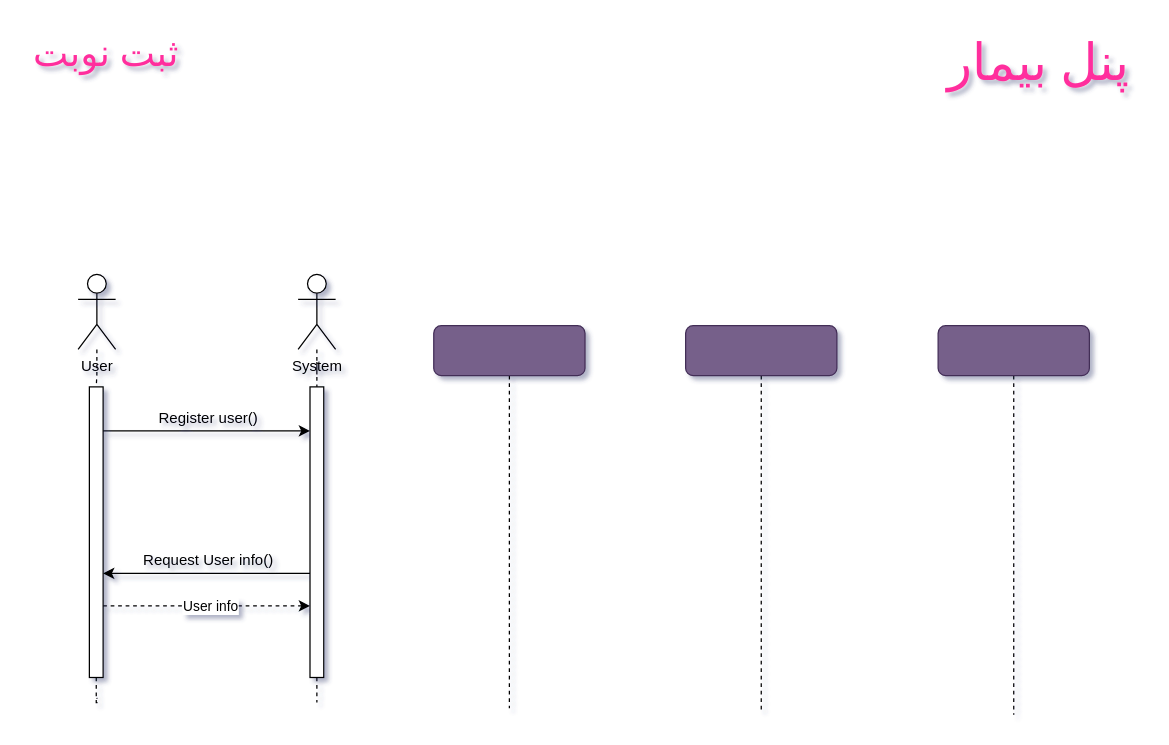
Above: page "ثبت نوبت" (9 of 20) of Sequence Diagram/SequenceDiagram.drawio in Matinrezaei/Software-Lab (draw.io), before the change. Source tidied: cells renumbered, new cells numbered last; positions are measured from the earlier drawing's top-left corner, leaving out a move shared by most shapes. Both pictures are drawn from the tidied source at 125%, with x=0, y=0 at pixel (21, 21).
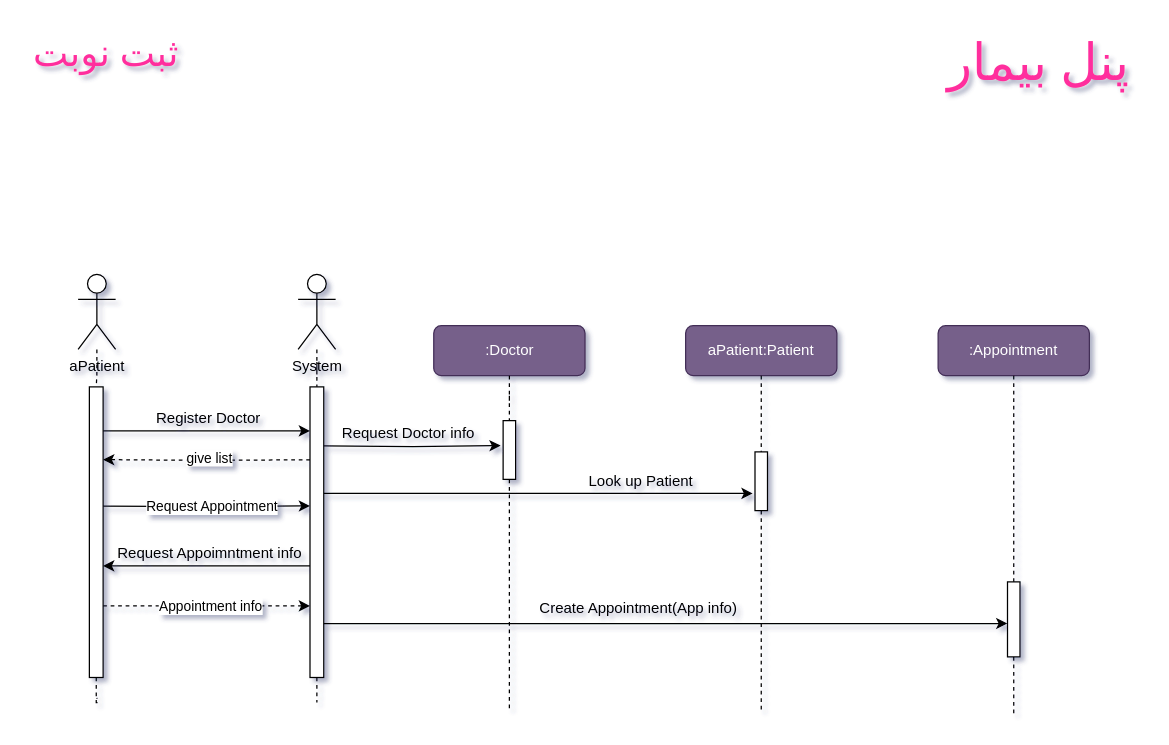
Above is the later version.

The change refers to these unchanged cells:
```xml
<mxCell id="10" style="edgeStyle=orthogonalEdgeStyle;rounded=0;orthogonalLoop=1;jettySize=auto;html=1;entryX=0.5;entryY=1;entryDx=0;entryDy=0;dashed=1;" parent="1" edge="1">
  <mxGeometry relative="1" as="geometry">
    <mxPoint x="65" y="467.2" as="sourcePoint" />
    <mxPoint x="230.5" y="467.2" as="targetPoint" />
  </mxGeometry>
</mxCell>
<mxCell id="14" style="rounded=0;whiteSpace=wrap;html=1;direction=south;" parent="1" vertex="1">
  <mxGeometry x="230.5" y="292" width="11" height="232.5" as="geometry" />
</mxCell>
```

Diff of the diagram source:
```diff
@@
-    <mxCell id="5" value="User" style="shape=umlActor;verticalLabelPosition=bottom;verticalAlign=top;html=1;outlineConnect=0;" parent="1" vertex="1">
+    <mxCell id="5" value="aPatient" style="shape=umlActor;verticalLabelPosition=bottom;verticalAlign=top;html=1;outlineConnect=0;" parent="1" vertex="1">
       <mxGeometry x="45" y="202" width="30" height="60" as="geometry" />
     </mxCell>
@@
-    <mxCell id="11" value="User info" style="edgeLabel;html=1;align=center;verticalAlign=middle;" parent="10" vertex="1">
+    <mxCell id="11" value="Appointment info" style="edgeLabel;html=1;align=center;verticalAlign=middle;" parent="10" vertex="1">
       <mxGeometry x="0.03" relative="1" as="geometry" />
     </mxCell>
+    <mxCell id="24" style="edgeStyle=orthogonalEdgeStyle;rounded=0;orthogonalLoop=1;jettySize=auto;html=1;entryX=0.5;entryY=1;entryDx=0;entryDy=0;" parent="1" edge="1">
+      <mxGeometry relative="1" as="geometry">
+        <mxPoint x="65" y="387.3" as="sourcePoint" />
+        <mxPoint x="230.5" y="387.2" as="targetPoint" />
+      </mxGeometry>
+    </mxCell>
+    <mxCell id="25" value="Request Appointment" style="edgeLabel;html=1;align=center;verticalAlign=middle;" parent="24" vertex="1">
+      <mxGeometry x="0.05" relative="1" as="geometry" />
+    </mxCell>
@@
+    <mxCell id="26" style="edgeStyle=orthogonalEdgeStyle;rounded=0;orthogonalLoop=1;jettySize=auto;html=1;entryX=0.5;entryY=0;entryDx=0;entryDy=0;dashed=1;" parent="1" edge="1">
+      <mxGeometry relative="1" as="geometry">
+        <mxPoint x="230.5" y="350.3" as="sourcePoint" />
+        <mxPoint x="65" y="350.2" as="targetPoint" />
+      </mxGeometry>
+    </mxCell>
+    <mxCell id="27" value="give list" style="edgeLabel;html=1;align=center;verticalAlign=middle;" parent="26" vertex="1">
+      <mxGeometry x="-0.02" y="-2" relative="1" as="geometry" />
+    </mxCell>
+    <mxCell id="28" style="edgeStyle=orthogonalEdgeStyle;rounded=0;orthogonalLoop=1;jettySize=auto;html=1;" parent="1" edge="1">
+      <mxGeometry relative="1" as="geometry">
+        <mxPoint x="241.5" y="339.2" as="sourcePoint" />
+        <mxPoint x="383" y="339" as="targetPoint" />
+      </mxGeometry>
+    </mxCell>
+    <mxCell id="29" style="edgeStyle=orthogonalEdgeStyle;rounded=0;orthogonalLoop=1;jettySize=auto;html=1;" parent="1" edge="1">
+      <mxGeometry relative="1" as="geometry">
+        <mxPoint x="241.5" y="377.2" as="sourcePoint" />
+        <mxPoint x="584.6" y="377.2" as="targetPoint" />
+      </mxGeometry>
+    </mxCell>
@@
-    <mxCell id="15" style="edgeStyle=orthogonalEdgeStyle;rounded=0;jettySize=auto;html=1;endArrow=none;endFill=0;dashed=1;" parent="1" edge="1" source="16">
+    <mxCell id="15" style="edgeStyle=orthogonalEdgeStyle;rounded=0;jettySize=auto;html=1;endArrow=none;endFill=0;dashed=1;" parent="1" edge="1" source="34">
       <mxGeometry relative="1" as="geometry">
         <mxPoint x="591.5" y="550" as="targetPoint" />
       </mxGeometry>
     </mxCell>
-    <mxCell id="16" style="rounded=1;whiteSpace=wrap;html=1;fillColor=#76608a;fontColor=#ffffff;strokeColor=#432D57;" parent="1" vertex="1">
+    <mxCell id="16" value="aPatient:Patient" style="rounded=1;whiteSpace=wrap;html=1;fillColor=#76608a;fontColor=#ffffff;strokeColor=#432D57;" parent="1" vertex="1">
       <mxGeometry x="531" y="243" width="121" height="40" as="geometry" />
     </mxCell>
-    <mxCell id="17" style="edgeStyle=orthogonalEdgeStyle;rounded=0;jettySize=auto;html=1;dashed=1;endArrow=none;endFill=0;" parent="1" edge="1" source="18">
+    <mxCell id="17" style="edgeStyle=orthogonalEdgeStyle;rounded=0;jettySize=auto;html=1;dashed=1;endArrow=none;endFill=0;" parent="1" edge="1" source="31">
       <mxGeometry relative="1" as="geometry">
         <mxPoint x="390" y="549" as="targetPoint" />
       </mxGeometry>
     </mxCell>
-    <mxCell id="18" style="rounded=1;whiteSpace=wrap;html=1;fillColor=#76608a;fontColor=#ffffff;strokeColor=#432D57;" parent="1" vertex="1">
+    <mxCell id="18" value=":Doctor" style="rounded=1;whiteSpace=wrap;html=1;fillColor=#76608a;fontColor=#ffffff;strokeColor=#432D57;" parent="1" vertex="1">
       <mxGeometry x="329.5" y="243" width="121" height="40" as="geometry" />
     </mxCell>
-    <mxCell id="19" style="edgeStyle=orthogonalEdgeStyle;rounded=0;jettySize=auto;html=1;endArrow=none;endFill=0;dashed=1;" parent="1" edge="1" source="20">
+    <mxCell id="19" style="edgeStyle=orthogonalEdgeStyle;rounded=0;jettySize=auto;html=1;endArrow=none;endFill=0;dashed=1;" parent="1" edge="1" source="37">
       <mxGeometry relative="1" as="geometry">
         <mxPoint x="793.5" y="554.3" as="targetPoint" />
       </mxGeometry>
     </mxCell>
-    <mxCell id="20" style="rounded=1;whiteSpace=wrap;html=1;fillColor=#76608a;fontColor=#ffffff;strokeColor=#432D57;" parent="1" vertex="1">
+    <mxCell id="20" value=":Appointment" style="rounded=1;whiteSpace=wrap;html=1;fillColor=#76608a;fontColor=#ffffff;strokeColor=#432D57;" parent="1" vertex="1">
       <mxGeometry x="733" y="243" width="121" height="40" as="geometry" />
     </mxCell>
-    <mxCell id="21" value="Register user()" style="text;html=1;align=center;verticalAlign=middle;strokeColor=none;fillColor=none;" parent="1" vertex="1">
-      <mxGeometry x="98" y="304" width="101" height="26" as="geometry" />
+    <mxCell id="21" value="Register Doctor" style="text;html=1;align=center;verticalAlign=middle;strokeColor=none;fillColor=none;" parent="1" vertex="1">
+      <mxGeometry x="97" y="304" width="104" height="26" as="geometry" />
     </mxCell>
     <mxCell id="22" style="edgeStyle=orthogonalEdgeStyle;rounded=0;orthogonalLoop=1;jettySize=auto;html=1;entryX=0.5;entryY=0;entryDx=0;entryDy=0;" parent="1" edge="1">
       <mxGeometry relative="1" as="geometry">
-        <mxPoint x="230.5" y="441.2" as="sourcePoint" />
-        <mxPoint x="65" y="441.2" as="targetPoint" />
+        <mxPoint x="230.5" y="435.2" as="sourcePoint" />
+        <mxPoint x="65" y="435.2" as="targetPoint" />
       </mxGeometry>
     </mxCell>
-    <mxCell id="23" value="Request User info()" style="text;html=1;align=center;verticalAlign=middle;strokeColor=none;fillColor=none;" parent="1" vertex="1">
-      <mxGeometry x="86" y="418" width="126" height="26" as="geometry" />
+    <mxCell id="23" value="Request Appoimntment info" style="text;html=1;align=center;verticalAlign=middle;strokeColor=none;fillColor=none;" parent="1" vertex="1">
+      <mxGeometry x="64" y="412" width="171" height="26" as="geometry" />
     </mxCell>
+    <mxCell id="30" style="edgeStyle=orthogonalEdgeStyle;rounded=0;jettySize=auto;html=1;dashed=1;endArrow=none;endFill=0;" parent="1" edge="1" source="18" target="31">
+      <mxGeometry relative="1" as="geometry" />
+    </mxCell>
+    <mxCell id="31" style="rounded=0;whiteSpace=wrap;html=1;direction=south;" parent="1" vertex="1">
+      <mxGeometry x="385" y="319" width="10" height="47" as="geometry" />
+    </mxCell>
+    <mxCell id="32" value="Request Doctor info" style="text;html=1;align=center;verticalAlign=middle;strokeColor=none;fillColor=none;" parent="1" vertex="1">
+      <mxGeometry x="245.5" y="316" width="127" height="26" as="geometry" />
+    </mxCell>
+    <mxCell id="33" style="edgeStyle=orthogonalEdgeStyle;rounded=0;jettySize=auto;html=1;endArrow=none;endFill=0;dashed=1;" parent="1" edge="1" source="16" target="34">
+      <mxGeometry relative="1" as="geometry" />
+    </mxCell>
+    <mxCell id="34" style="rounded=0;whiteSpace=wrap;html=1;direction=south;" parent="1" vertex="1">
+      <mxGeometry x="586.5" y="344" width="10" height="47" as="geometry" />
+    </mxCell>
+    <mxCell id="35" value="Look up Patient" style="text;html=1;align=center;verticalAlign=middle;strokeColor=none;fillColor=none;" parent="1" vertex="1">
+      <mxGeometry x="443.5" y="355" width="103" height="26" as="geometry" />
+    </mxCell>
+    <mxCell id="36" style="edgeStyle=orthogonalEdgeStyle;rounded=0;jettySize=auto;html=1;endArrow=none;endFill=0;dashed=1;" parent="1" edge="1" source="20" target="37">
+      <mxGeometry relative="1" as="geometry" />
+    </mxCell>
+    <mxCell id="37" style="rounded=0;whiteSpace=wrap;html=1;direction=south;" parent="1" vertex="1">
+      <mxGeometry x="788.5" y="448" width="10" height="60" as="geometry" />
+    </mxCell>
+    <mxCell id="38" style="edgeStyle=orthogonalEdgeStyle;rounded=0;jettySize=auto;html=1;entryX=0.555;entryY=1.012;entryDx=0;entryDy=0;entryPerimeter=0;" parent="1" edge="1" source="14" target="37">
+      <mxGeometry relative="1" as="geometry">
+        <Array as="points">
+          <mxPoint x="515" y="481" />
+        </Array>
+      </mxGeometry>
+    </mxCell>
+    <mxCell id="39" value="&lt;font style=&quot;font-size: 12px;&quot;&gt;Create Appointment(App info)&lt;/font&gt;" style="text;html=1;align=center;verticalAlign=middle;strokeColor=none;fillColor=none;" parent="1" vertex="1">
+      <mxGeometry x="403.5" y="456" width="179" height="26" as="geometry" />
+    </mxCell>
```
